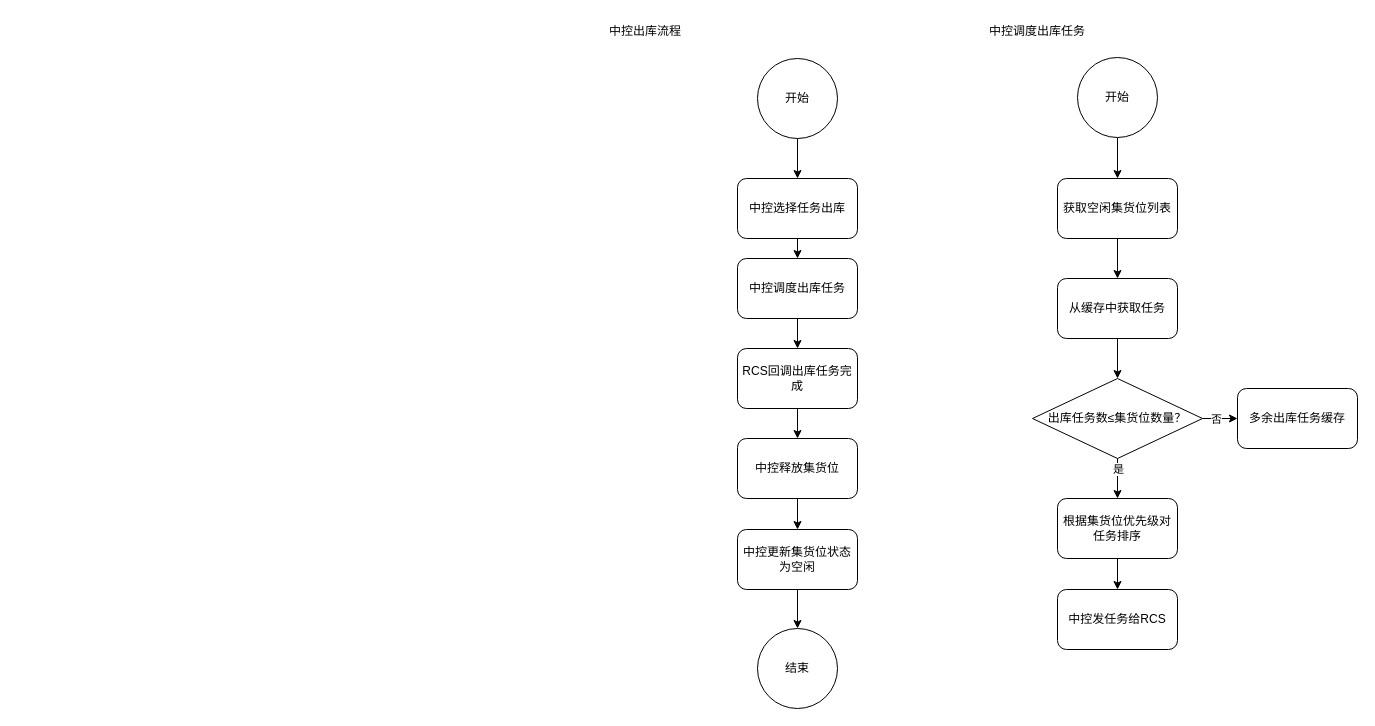
The draw.io diagram 威海HP传感器CR流程图.drawio in FrankKirin/PM_works, before the edit. Source tidied: cells renumbered, new cells numbered last; positions are measured from the earlier drawing's top-left corner, leaving out a move shared by most shapes. Both pictures are drawn from the tidied source at 100%, with x=0, y=0 at pixel (607, 17).
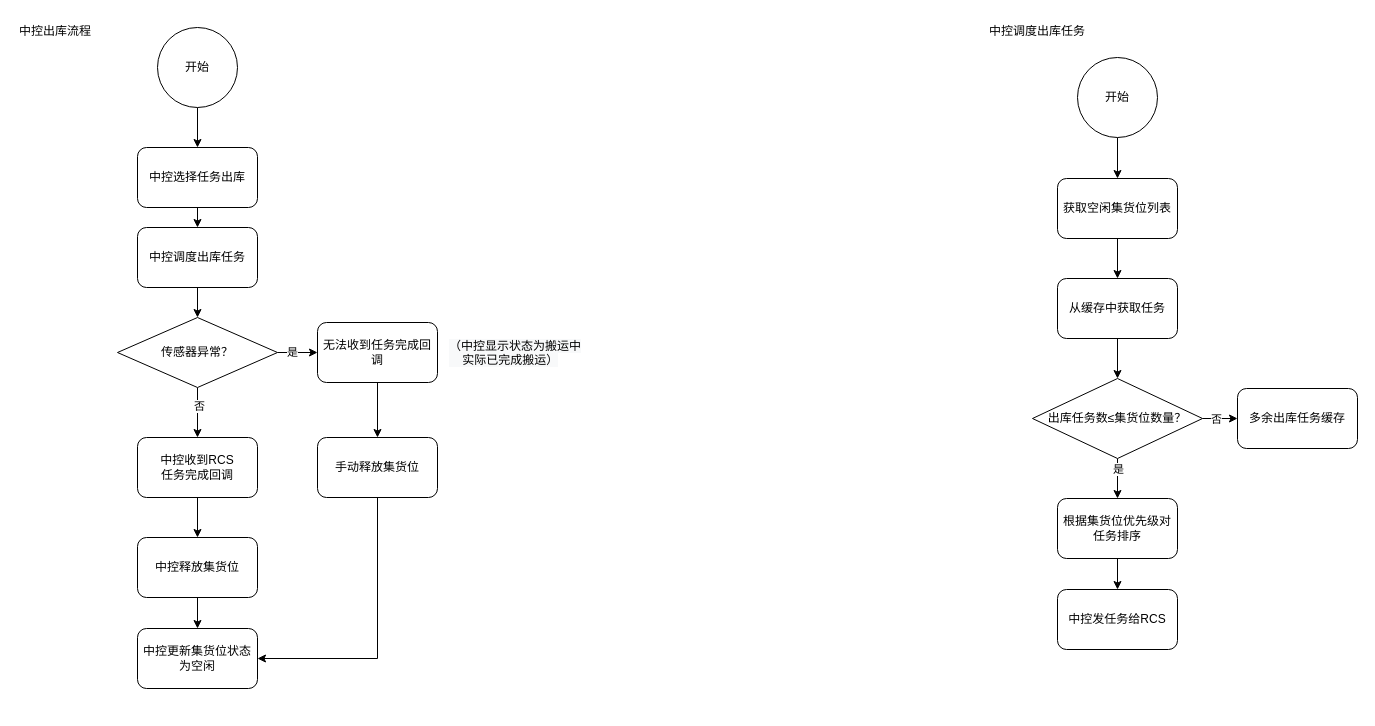
The same diagram, later.

Commit message (it also covers changes not shown here):
Update 威海HP传感器CR流程图.drawio

The edit, as a diff of the source:
```diff
@@
     <mxCell id="3" value="开始" style="ellipse;whiteSpace=wrap;html=1;" parent="1" vertex="1">
-      <mxGeometry x="150" y="41" width="80" height="80" as="geometry" />
+      <mxGeometry x="-450" y="10" width="80" height="80" as="geometry" />
     </mxCell>
@@
     <mxCell id="5" value="中控选择任务出库" style="rounded=1;whiteSpace=wrap;html=1;" parent="1" vertex="1">
-      <mxGeometry x="130" y="161" width="120" height="60" as="geometry" />
+      <mxGeometry x="-470" y="130" width="120" height="60" as="geometry" />
     </mxCell>
-    <mxCell id="6" style="edgeStyle=orthogonalEdgeStyle;rounded=0;jettySize=auto;html=1;exitX=0.5;exitY=1;exitDx=0;exitDy=0;entryX=0.5;entryY=0;entryDx=0;entryDy=0;" parent="1" edge="1" source="7" target="9">
-      <mxGeometry relative="1" as="geometry" />
-    </mxCell>
+    <mxCell id="33" style="edgeStyle=orthogonalEdgeStyle;rounded=0;jettySize=auto;html=1;exitX=0.5;exitY=1;exitDx=0;exitDy=0;entryX=0.5;entryY=0;entryDx=0;entryDy=0;" parent="1" edge="1" source="7" target="38">
+      <mxGeometry relative="1" as="geometry" />
+    </mxCell>
     <mxCell id="7" value="中控调度出库任务" style="rounded=1;whiteSpace=wrap;html=1;" parent="1" vertex="1">
-      <mxGeometry x="130" y="241" width="120" height="60" as="geometry" />
+      <mxGeometry x="-470" y="210" width="120" height="60" as="geometry" />
     </mxCell>
-    <mxCell id="8" style="edgeStyle=orthogonalEdgeStyle;rounded=0;jettySize=auto;html=1;exitX=0.5;exitY=1;exitDx=0;exitDy=0;entryX=0.5;entryY=0;entryDx=0;entryDy=0;" parent="1" edge="1" source="9" target="11">
-      <mxGeometry relative="1" as="geometry" />
-    </mxCell>
-    <mxCell id="9" value="RCS回调出库任务完成" style="rounded=1;whiteSpace=wrap;html=1;" parent="1" vertex="1">
-      <mxGeometry x="130" y="331" width="120" height="60" as="geometry" />
-    </mxCell>
@@
     <mxCell id="11" value="中控释放集货位" style="rounded=1;whiteSpace=wrap;html=1;" parent="1" vertex="1">
-      <mxGeometry x="130" y="421" width="120" height="60" as="geometry" />
+      <mxGeometry x="-470" y="520" width="120" height="60" as="geometry" />
     </mxCell>
-    <mxCell id="12" value="结束" style="ellipse;whiteSpace=wrap;html=1;" parent="1" vertex="1">
-      <mxGeometry x="150" y="611" width="80" height="80" as="geometry" />
-    </mxCell>
@@
     <mxCell id="14" value="&lt;div style=&quot;text-align: center&quot;&gt;&lt;span&gt;&lt;font face=&quot;helvetica&quot;&gt;中控出库流程&lt;/font&gt;&lt;/span&gt;&lt;/div&gt;" style="text;whiteSpace=wrap;html=1;" parent="1" vertex="1">
-      <mxGeometry width="120" height="30" as="geometry" />
+      <mxGeometry x="-590" width="120" height="30" as="geometry" />
     </mxCell>
@@
-    <mxCell id="31" style="edgeStyle=orthogonalEdgeStyle;rounded=0;jettySize=auto;html=1;exitX=0.5;exitY=1;exitDx=0;exitDy=0;entryX=0.5;entryY=0;entryDx=0;entryDy=0;" parent="1" edge="1" source="32" target="12">
-      <mxGeometry relative="1" as="geometry" />
-    </mxCell>
     <mxCell id="32" value="中控更新集货位状态为空闲" style="rounded=1;whiteSpace=wrap;html=1;" parent="1" vertex="1">
-      <mxGeometry x="130" y="512" width="120" height="60" as="geometry" />
+      <mxGeometry x="-470" y="611" width="120" height="60" as="geometry" />
     </mxCell>
+    <mxCell id="34" style="edgeStyle=orthogonalEdgeStyle;rounded=0;jettySize=auto;html=1;exitX=0.5;exitY=1;exitDx=0;exitDy=0;entryX=0.5;entryY=0;entryDx=0;entryDy=0;" parent="1" edge="1" source="38" target="40">
+      <mxGeometry relative="1" as="geometry" />
+    </mxCell>
+    <mxCell id="35" value="否" style="edgeLabel;html=1;align=center;verticalAlign=middle;" parent="34" vertex="1">
+      <mxGeometry x="-0.28" y="1" relative="1" as="geometry" />
+    </mxCell>
+    <mxCell id="36" style="edgeStyle=orthogonalEdgeStyle;rounded=0;jettySize=auto;html=1;exitX=1;exitY=0.5;exitDx=0;exitDy=0;entryX=0;entryY=0.5;entryDx=0;entryDy=0;" parent="1" edge="1" source="38" target="42">
+      <mxGeometry relative="1" as="geometry" />
+    </mxCell>
+    <mxCell id="37" value="是" style="edgeLabel;html=1;align=center;verticalAlign=middle;" parent="36" vertex="1">
+      <mxGeometry x="-0.28" y="1" relative="1" as="geometry" />
+    </mxCell>
+    <mxCell id="38" value="传感器异常？" style="rhombus;whiteSpace=wrap;html=1;" parent="1" vertex="1">
+      <mxGeometry x="-490" y="300" width="160" height="70" as="geometry" />
+    </mxCell>
+    <mxCell id="39" style="edgeStyle=orthogonalEdgeStyle;rounded=0;jettySize=auto;html=1;exitX=0.5;exitY=1;exitDx=0;exitDy=0;entryX=0.5;entryY=0;entryDx=0;entryDy=0;" parent="1" edge="1" source="40" target="11">
+      <mxGeometry relative="1" as="geometry" />
+    </mxCell>
+    <mxCell id="40" value="中控收到RCS&lt;br&gt;任务完成回调" style="rounded=1;whiteSpace=wrap;html=1;" parent="1" vertex="1">
+      <mxGeometry x="-470" y="420" width="120" height="60" as="geometry" />
+    </mxCell>
+    <mxCell id="41" style="edgeStyle=orthogonalEdgeStyle;rounded=0;jettySize=auto;html=1;exitX=0.5;exitY=1;exitDx=0;exitDy=0;entryX=0.5;entryY=0;entryDx=0;entryDy=0;" parent="1" edge="1" source="42" target="44">
+      <mxGeometry relative="1" as="geometry" />
+    </mxCell>
+    <mxCell id="42" value="无法收到任务完成回调" style="rounded=1;whiteSpace=wrap;html=1;" parent="1" vertex="1">
+      <mxGeometry x="-290" y="305" width="120" height="60" as="geometry" />
+    </mxCell>
+    <mxCell id="43" style="edgeStyle=orthogonalEdgeStyle;rounded=0;jettySize=auto;html=1;exitX=0.5;exitY=1;exitDx=0;exitDy=0;entryX=1;entryY=0.5;entryDx=0;entryDy=0;" parent="1" edge="1" source="44" target="32">
+      <mxGeometry relative="1" as="geometry" />
+    </mxCell>
+    <mxCell id="44" value="手动释放集货位" style="rounded=1;whiteSpace=wrap;html=1;" parent="1" vertex="1">
+      <mxGeometry x="-290" y="420" width="120" height="60" as="geometry" />
+    </mxCell>
+    <mxCell id="45" value="&lt;span style=&quot;color: rgb(0 , 0 , 0) ; font-family: &amp;#34;helvetica&amp;#34; ; font-size: 12px ; font-style: normal ; font-weight: 400 ; letter-spacing: normal ; text-align: center ; text-indent: 0px ; text-transform: none ; word-spacing: 0px ; background-color: rgb(248 , 249 , 250) ; display: inline ; float: none&quot;&gt;（中控显示状态为搬运中&lt;br&gt;&amp;nbsp; &amp;nbsp; 实际已完成搬运）&lt;/span&gt;" style="text;whiteSpace=wrap;html=1;" parent="1" vertex="1">
+      <mxGeometry x="-160" y="314.5" width="170" height="41" as="geometry" />
+    </mxCell>
```
